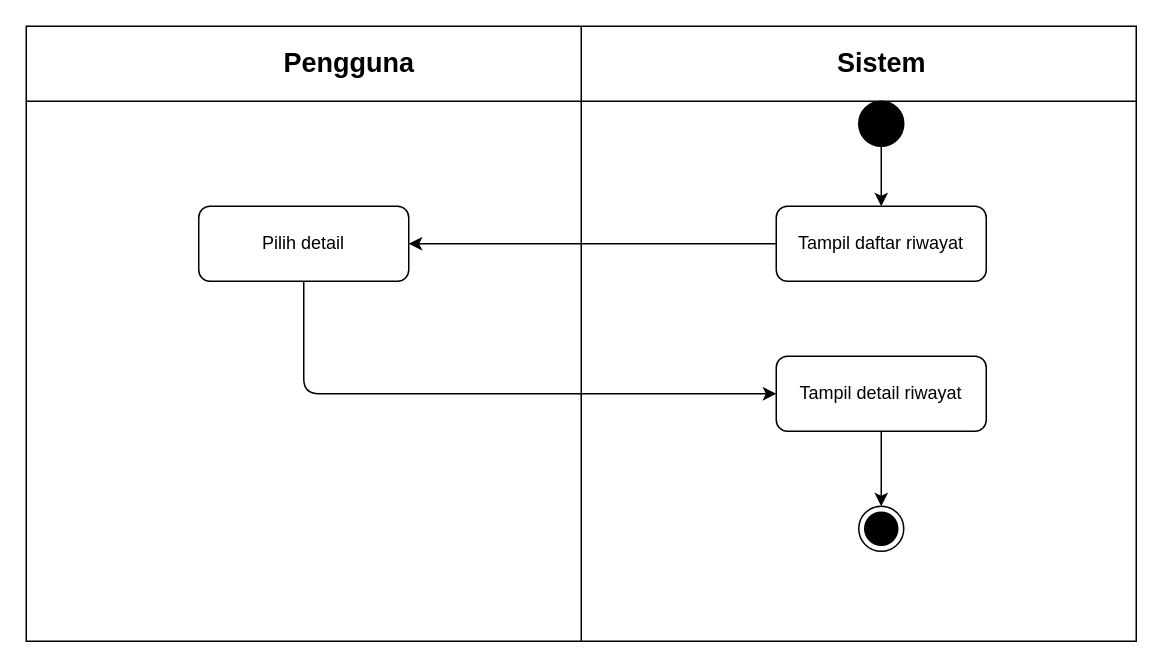
RajaSunrise/kangkungku keeps this draw.io diagram as diagram/activity/pengguna/lihat-detail-riwayat.drawio. Above is the earlier version. Source tidied: cells renumbered, new cells numbered last; positions are measured from the earlier drawing's top-left corner, leaving out a move shared by most shapes. Both pictures are drawn from the tidied source at 150%, with x=0, y=0 at pixel (26, 26).
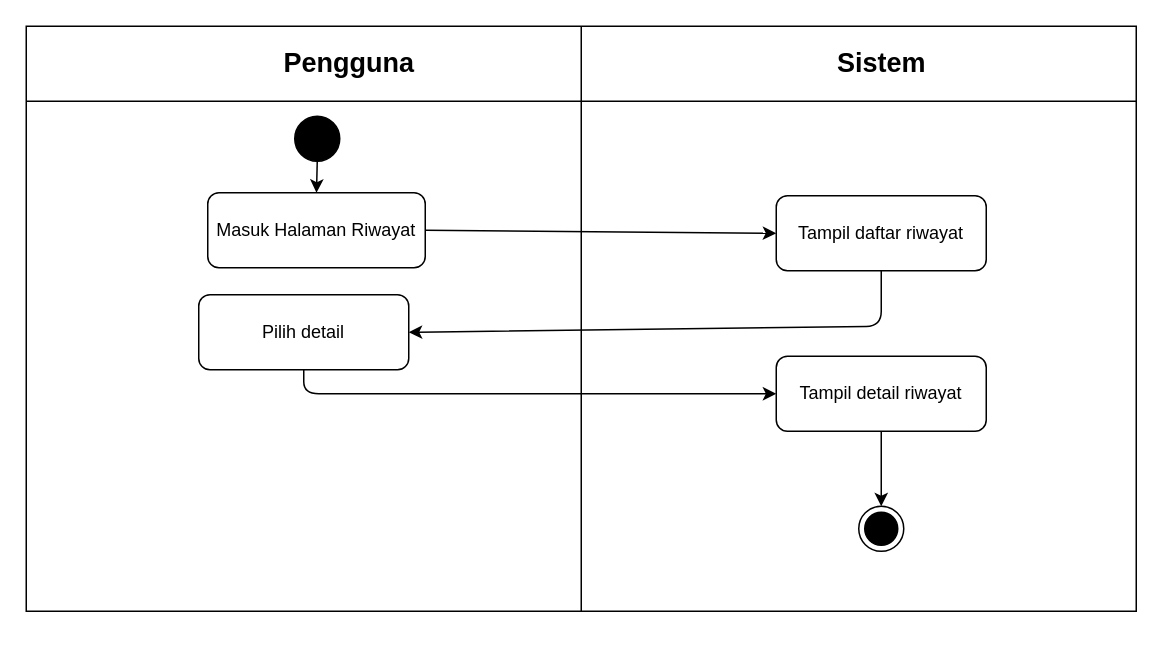
The same page after the edit.

What changed in the source:
```diff
@@
 <mxGraphModel>
   <root>
     <mxCell id="0" />
     <mxCell id="1" parent="0" />
     <mxCell id="2" style="shape=internalStorage;whiteSpace=wrap;html=1;backgroundOutline=1;dx=370;dy=50;" parent="1" vertex="1">
-      <mxGeometry width="740" height="410" as="geometry" />
+      <mxGeometry width="740" height="390" as="geometry" />
     </mxCell>
     <mxCell id="3" value="Pengguna" style="text;html=1;strokeColor=none;fillColor=none;align=center;verticalAlign=middle;rounded=1;fontSize=18;fontStyle=1;" parent="1" vertex="1">
       <mxGeometry x="165" y="10" width="100" height="30" as="geometry" />
     </mxCell>
     <mxCell id="4" value="Sistem" style="text;html=1;strokeColor=none;fillColor=none;align=center;verticalAlign=middle;rounded=1;fontSize=18;fontStyle=1;" parent="1" vertex="1">
       <mxGeometry x="535" y="10" width="70" height="30" as="geometry" />
     </mxCell>
     <mxCell id="5" style="ellipse;whiteSpace=wrap;html=1;fillColor=#000000;strokeColor=#000000;" parent="1" vertex="1">
-      <mxGeometry x="555" y="50" width="30" height="30" as="geometry" />
+      <mxGeometry x="179" y="60" width="30" height="30" as="geometry" />
     </mxCell>
     <mxCell id="6" value="Tampil daftar riwayat" style="rounded=1;whiteSpace=wrap;html=1;" parent="1" vertex="1">
-      <mxGeometry x="500" y="120" width="140" height="50" as="geometry" />
+      <mxGeometry x="500" y="113" width="140" height="50" as="geometry" />
     </mxCell>
-    <mxCell id="7" style="endArrow=classic;html=1;exitX=0.5;exitY=1;entryX=0.5;entryY=0;" parent="1" edge="1" source="5" target="6">
+    <mxCell id="7" style="endArrow=classic;html=1;exitX=0.5;exitY=1;entryX=0.5;entryY=0;entryDx=0;entryDy=0;" parent="1" edge="1" source="5" target="14">
       <mxGeometry relative="1" as="geometry" />
     </mxCell>
     <mxCell id="8" value="Pilih detail" style="rounded=1;whiteSpace=wrap;html=1;" parent="1" vertex="1">
-      <mxGeometry x="115" y="120" width="140" height="50" as="geometry" />
+      <mxGeometry x="115" y="179" width="140" height="50" as="geometry" />
     </mxCell>
-    <mxCell id="9" style="endArrow=classic;html=1;exitX=0;exitY=0.5;entryX=1;entryY=0.5;" parent="1" edge="1" source="6" target="8">
-      <mxGeometry relative="1" as="geometry" />
+    <mxCell id="9" style="endArrow=classic;html=1;exitX=0.5;exitY=1;entryX=1;entryY=0.5;exitDx=0;exitDy=0;" parent="1" edge="1" source="6" target="8">
+      <mxGeometry relative="1" as="geometry">
+        <Array as="points">
+          <mxPoint x="570" y="200" />
+        </Array>
+      </mxGeometry>
     </mxCell>
     <mxCell id="10" value="Tampil detail riwayat" style="rounded=1;whiteSpace=wrap;html=1;" parent="1" vertex="1">
       <mxGeometry x="500" y="220" width="140" height="50" as="geometry" />
     </mxCell>
     <mxCell id="11" style="endArrow=classic;html=1;exitX=0.5;exitY=1;entryX=0;entryY=0.5;" parent="1" edge="1" source="8" target="10">
       <mxGeometry relative="1" as="geometry">
         <Array as="points">
           <mxPoint x="185" y="245" />
         </Array>
       </mxGeometry>
     </mxCell>
     <mxCell id="12" style="ellipse;html=1;shape=endState;fillColor=#000000;strokeColor=#000000;" parent="1" vertex="1">
       <mxGeometry x="555" y="320" width="30" height="30" as="geometry" />
     </mxCell>
     <mxCell id="13" style="endArrow=classic;html=1;exitX=0.5;exitY=1;entryX=0.5;entryY=0;" parent="1" edge="1" source="10" target="12">
       <mxGeometry relative="1" as="geometry" />
     </mxCell>
+    <mxCell id="14" value="Masuk Halaman Riwayat" style="rounded=1;whiteSpace=wrap;html=1;" parent="1" vertex="1">
+      <mxGeometry x="121" y="111" width="145" height="50" as="geometry" />
+    </mxCell>
+    <mxCell id="15" style="endArrow=classic;html=1;exitX=1;exitY=0.5;exitDx=0;exitDy=0;entryX=0;entryY=0.5;entryDx=0;entryDy=0;" parent="1" edge="1" source="14" target="6">
+      <mxGeometry relative="1" as="geometry" />
+    </mxCell>
   </root>
 </mxGraphModel>
```
